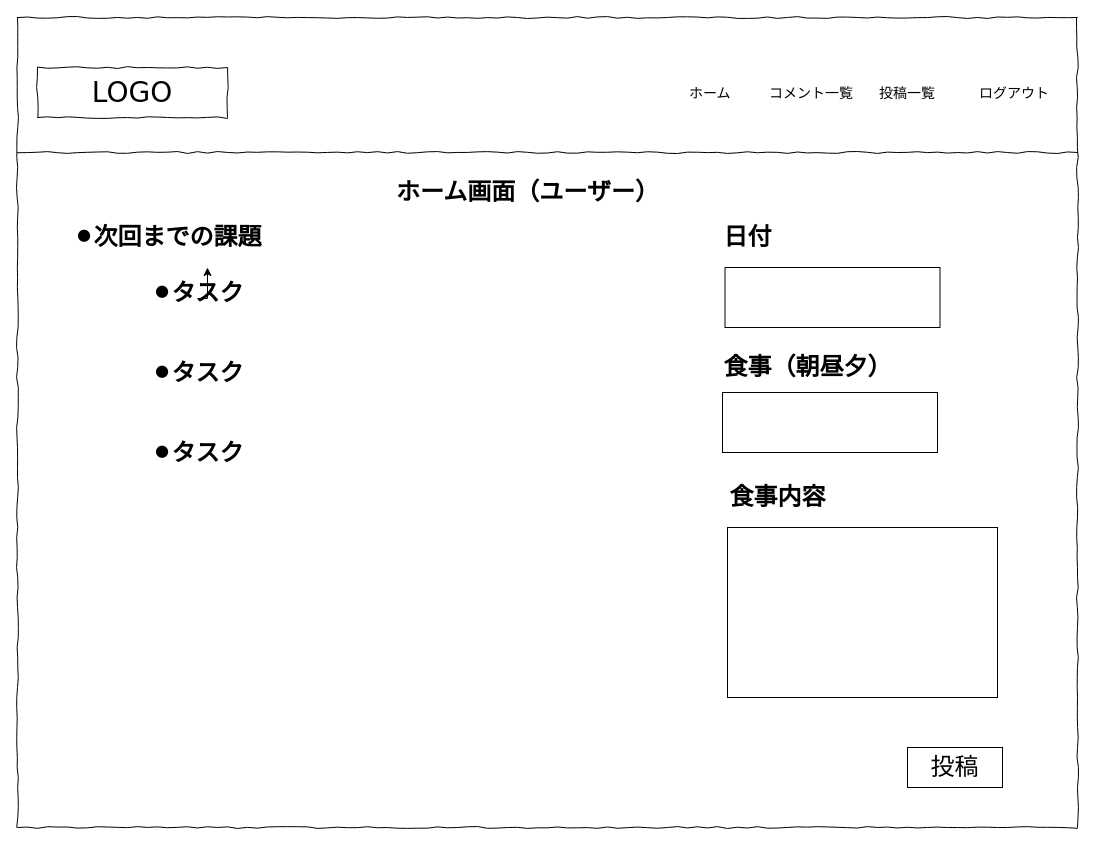
Above: page "ホーム画面" (4 of 6) of 名称未設定ファイル.drawio in vermouthA28/-Meal_guidance_todo (draw.io), before the change. Source tidied: cells renumbered, new cells numbered last; positions are measured from the earlier drawing's top-left corner, leaving out a move shared by most shapes. Both pictures are drawn from the tidied source at 100%, with x=0, y=0 at pixel (17, 17).
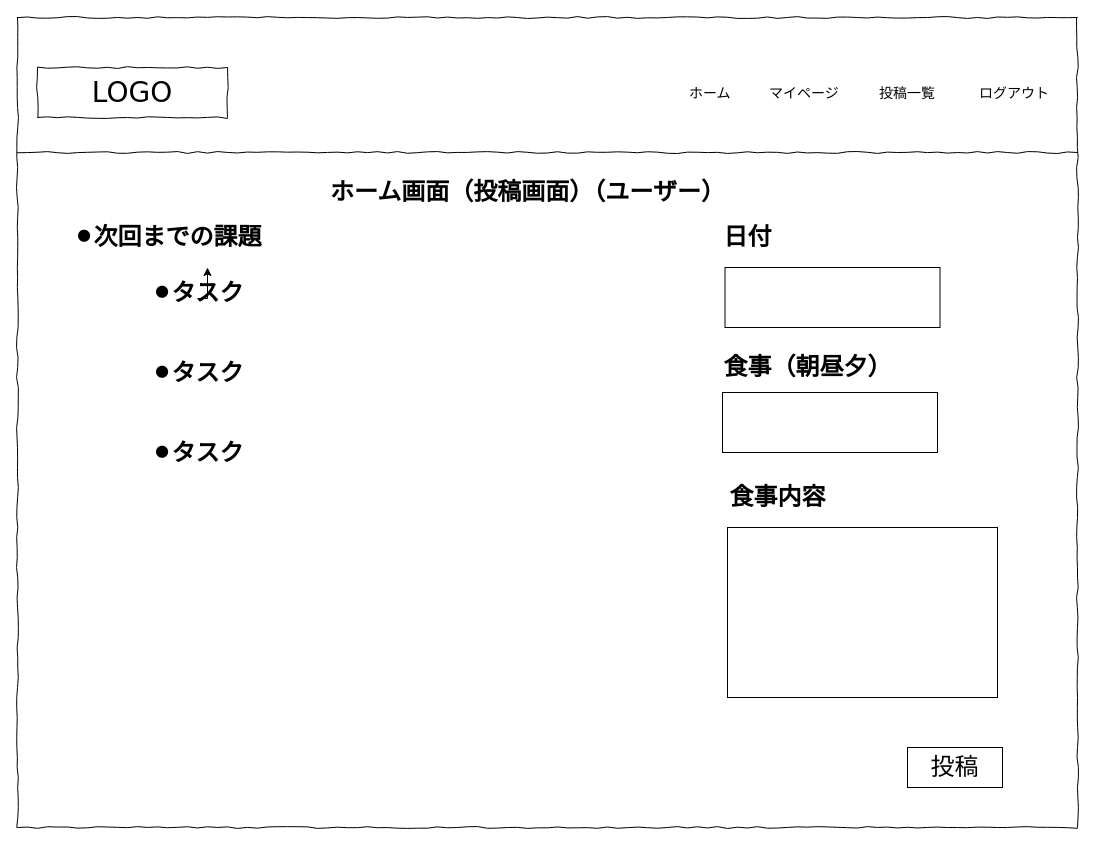
The same diagram, later.

Diff of the diagram source:
```diff
@@
-    <mxCell id="8" value="ホーム画面（ユーザー）" style="text;strokeColor=none;fillColor=none;html=1;fontSize=24;fontStyle=1;verticalAlign=middle;align=center;" parent="1" vertex="1">
+    <mxCell id="8" value="ホーム画面（投稿画面）（ユーザー）" style="text;strokeColor=none;fillColor=none;html=1;fontSize=24;fontStyle=1;verticalAlign=middle;align=center;" parent="1" vertex="1">
       <mxGeometry x="460" y="130" width="100" height="90" as="geometry" />
     </mxCell>
@@
-    <mxCell id="20" value="コメント一覧" style="text;html=1;align=left;verticalAlign=top;spacingTop=-4;fontSize=14;fontFamily=Verdana;" parent="1" vertex="1">
+    <mxCell id="20" value="マイページ" style="text;html=1;align=left;verticalAlign=top;spacingTop=-4;fontSize=14;fontFamily=Verdana;" parent="1" vertex="1">
       <mxGeometry x="750" y="65" width="60" height="20" as="geometry" />
     </mxCell>
```
